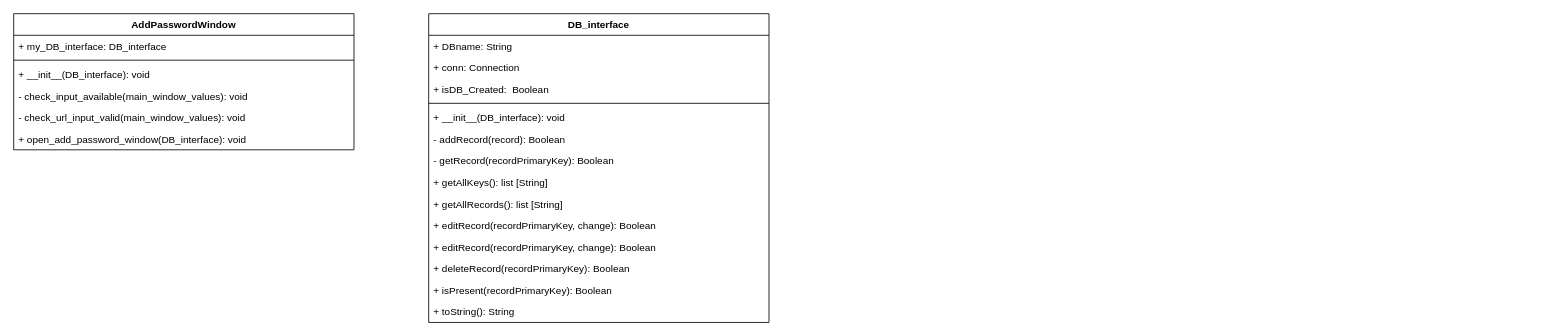
ninjosh92/Password_Manager keeps this draw.io diagram as uml-diagram.drawio. Above is the earlier version. Source tidied: cells renumbered, new cells numbered last; positions are measured from the earlier drawing's top-left corner, leaving out a move shared by most shapes. Both pictures are drawn from the tidied source at 83%, with x=0, y=0 at pixel (13, 13).
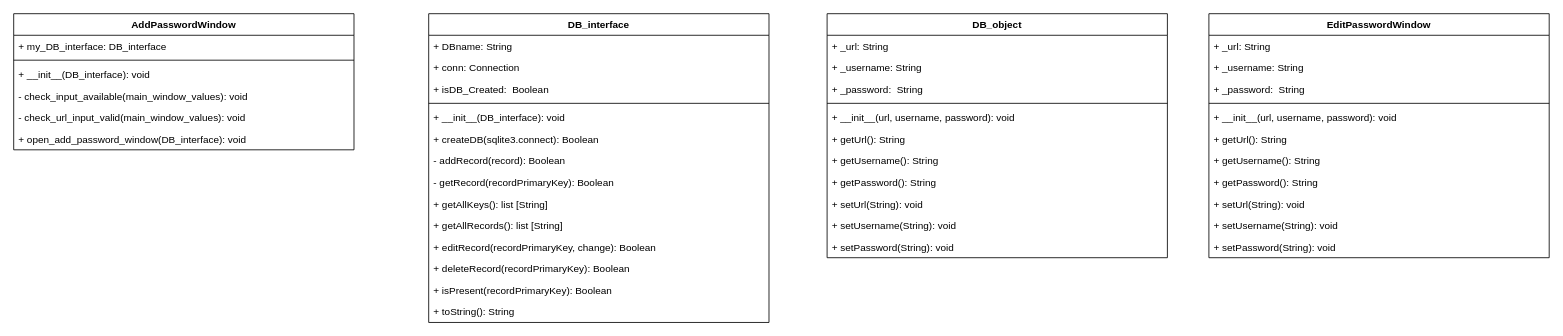
After the change.

The change refers to these unchanged cells:
```xml
<mxCell id="9" value="DB_interface" style="swimlane;fontStyle=1;align=center;verticalAlign=top;horizontal=1;startSize=26;" parent="1" vertex="1">
  <mxGeometry x="500" width="410" height="372" as="geometry" />
</mxCell>
```

What changed in the source:
```diff
@@
+    <mxCell id="24" value="+ createDB(sqlite3.connect): Boolean" style="text;strokeColor=none;fillColor=none;align=left;verticalAlign=top;spacingLeft=4;spacingRight=4;overflow=hidden;" parent="9" vertex="1">
+      <mxGeometry y="138" width="410" height="26" as="geometry" />
+    </mxCell>
     <mxCell id="15" value="- addRecord(record): Boolean&#10;" style="text;strokeColor=none;fillColor=none;align=left;verticalAlign=top;spacingLeft=4;spacingRight=4;overflow=hidden;" parent="9" vertex="1">
-      <mxGeometry y="138" width="410" height="26" as="geometry" />
+      <mxGeometry y="164" width="410" height="26" as="geometry" />
     </mxCell>
     <mxCell id="16" value="- getRecord(recordPrimaryKey): Boolean&#10;" style="text;strokeColor=none;fillColor=none;align=left;verticalAlign=top;spacingLeft=4;spacingRight=4;overflow=hidden;" parent="9" vertex="1">
-      <mxGeometry y="164" width="410" height="26" as="geometry" />
+      <mxGeometry y="190" width="410" height="26" as="geometry" />
     </mxCell>
     <mxCell id="17" value="+ getAllKeys(): list [String]" style="text;strokeColor=none;fillColor=none;align=left;verticalAlign=top;spacingLeft=4;spacingRight=4;overflow=hidden;" parent="9" vertex="1">
-      <mxGeometry y="190" width="410" height="26" as="geometry" />
+      <mxGeometry y="216" width="410" height="26" as="geometry" />
     </mxCell>
     <mxCell id="18" value="+ getAllRecords(): list [String]" style="text;strokeColor=none;fillColor=none;align=left;verticalAlign=top;spacingLeft=4;spacingRight=4;overflow=hidden;" parent="9" vertex="1">
-      <mxGeometry y="216" width="410" height="26" as="geometry" />
+      <mxGeometry y="242" width="410" height="26" as="geometry" />
     </mxCell>
     <mxCell id="19" value="+ editRecord(recordPrimaryKey, change): Boolean" style="text;strokeColor=none;fillColor=none;align=left;verticalAlign=top;spacingLeft=4;spacingRight=4;overflow=hidden;" parent="9" vertex="1">
-      <mxGeometry y="242" width="410" height="26" as="geometry" />
+      <mxGeometry y="268" width="410" height="26" as="geometry" />
     </mxCell>
-    <mxCell id="20" value="+ editRecord(recordPrimaryKey, change): Boolean" style="text;strokeColor=none;fillColor=none;align=left;verticalAlign=top;spacingLeft=4;spacingRight=4;overflow=hidden;" parent="9" vertex="1">
-      <mxGeometry y="268" width="410" height="26" as="geometry" />
-    </mxCell>
@@
+    <mxCell id="25" value="DB_object" style="swimlane;fontStyle=1;align=center;verticalAlign=top;horizontal=1;startSize=26;" parent="1" vertex="1">
+      <mxGeometry x="980" width="410" height="294" as="geometry" />
+    </mxCell>
+    <mxCell id="26" value="+ _url: String" style="text;strokeColor=none;fillColor=none;align=left;verticalAlign=top;spacingLeft=4;spacingRight=4;overflow=hidden;" parent="25" vertex="1">
+      <mxGeometry y="26" width="410" height="26" as="geometry" />
+    </mxCell>
+    <mxCell id="27" value="+ _username: String" style="text;strokeColor=none;fillColor=none;align=left;verticalAlign=top;spacingLeft=4;spacingRight=4;overflow=hidden;" parent="25" vertex="1">
+      <mxGeometry y="52" width="410" height="26" as="geometry" />
+    </mxCell>
+    <mxCell id="28" value="+ _password:  String" style="text;strokeColor=none;fillColor=none;align=left;verticalAlign=top;spacingLeft=4;spacingRight=4;overflow=hidden;" parent="25" vertex="1">
+      <mxGeometry y="78" width="410" height="26" as="geometry" />
+    </mxCell>
+    <mxCell id="29" style="line;strokeWidth=1;fillColor=none;align=left;verticalAlign=middle;spacingTop=-1;spacingLeft=3;spacingRight=3;labelPosition=right;strokeColor=inherit;" parent="25" vertex="1">
+      <mxGeometry y="104" width="410" height="8" as="geometry" />
+    </mxCell>
+    <mxCell id="30" value="+ __init__(url, username, password): void" style="text;strokeColor=none;fillColor=none;align=left;verticalAlign=top;spacingLeft=4;spacingRight=4;overflow=hidden;" parent="25" vertex="1">
+      <mxGeometry y="112" width="410" height="26" as="geometry" />
+    </mxCell>
+    <mxCell id="31" value="+ getUrl(): String" style="text;strokeColor=none;fillColor=none;align=left;verticalAlign=top;spacingLeft=4;spacingRight=4;overflow=hidden;" parent="25" vertex="1">
+      <mxGeometry y="138" width="410" height="26" as="geometry" />
+    </mxCell>
+    <mxCell id="32" value="+ getUsername(): String&#10;" style="text;strokeColor=none;fillColor=none;align=left;verticalAlign=top;spacingLeft=4;spacingRight=4;overflow=hidden;" parent="25" vertex="1">
+      <mxGeometry y="164" width="410" height="26" as="geometry" />
+    </mxCell>
+    <mxCell id="33" value="+ getPassword(): String&#10;" style="text;strokeColor=none;fillColor=none;align=left;verticalAlign=top;spacingLeft=4;spacingRight=4;overflow=hidden;" parent="25" vertex="1">
+      <mxGeometry y="190" width="410" height="26" as="geometry" />
+    </mxCell>
+    <mxCell id="34" value="+ setUrl(String): void" style="text;strokeColor=none;fillColor=none;align=left;verticalAlign=top;spacingLeft=4;spacingRight=4;overflow=hidden;" parent="25" vertex="1">
+      <mxGeometry y="216" width="410" height="26" as="geometry" />
+    </mxCell>
+    <mxCell id="35" value="+ setUsername(String): void" style="text;strokeColor=none;fillColor=none;align=left;verticalAlign=top;spacingLeft=4;spacingRight=4;overflow=hidden;" parent="25" vertex="1">
+      <mxGeometry y="242" width="410" height="26" as="geometry" />
+    </mxCell>
+    <mxCell id="36" value="+ setPassword(String): void" style="text;strokeColor=none;fillColor=none;align=left;verticalAlign=top;spacingLeft=4;spacingRight=4;overflow=hidden;" parent="25" vertex="1">
+      <mxGeometry y="268" width="410" height="26" as="geometry" />
+    </mxCell>
+    <mxCell id="37" value="EditPasswordWindow" style="swimlane;fontStyle=1;align=center;verticalAlign=top;horizontal=1;startSize=26;" parent="1" vertex="1">
+      <mxGeometry x="1440" width="410" height="294" as="geometry" />
+    </mxCell>
+    <mxCell id="38" value="+ _url: String" style="text;strokeColor=none;fillColor=none;align=left;verticalAlign=top;spacingLeft=4;spacingRight=4;overflow=hidden;" parent="37" vertex="1">
+      <mxGeometry y="26" width="410" height="26" as="geometry" />
+    </mxCell>
+    <mxCell id="39" value="+ _username: String" style="text;strokeColor=none;fillColor=none;align=left;verticalAlign=top;spacingLeft=4;spacingRight=4;overflow=hidden;" parent="37" vertex="1">
+      <mxGeometry y="52" width="410" height="26" as="geometry" />
+    </mxCell>
+    <mxCell id="40" value="+ _password:  String" style="text;strokeColor=none;fillColor=none;align=left;verticalAlign=top;spacingLeft=4;spacingRight=4;overflow=hidden;" parent="37" vertex="1">
+      <mxGeometry y="78" width="410" height="26" as="geometry" />
+    </mxCell>
+    <mxCell id="41" style="line;strokeWidth=1;fillColor=none;align=left;verticalAlign=middle;spacingTop=-1;spacingLeft=3;spacingRight=3;labelPosition=right;strokeColor=inherit;" parent="37" vertex="1">
+      <mxGeometry y="104" width="410" height="8" as="geometry" />
+    </mxCell>
+    <mxCell id="42" value="+ __init__(url, username, password): void" style="text;strokeColor=none;fillColor=none;align=left;verticalAlign=top;spacingLeft=4;spacingRight=4;overflow=hidden;" parent="37" vertex="1">
+      <mxGeometry y="112" width="410" height="26" as="geometry" />
+    </mxCell>
+    <mxCell id="43" value="+ getUrl(): String" style="text;strokeColor=none;fillColor=none;align=left;verticalAlign=top;spacingLeft=4;spacingRight=4;overflow=hidden;" parent="37" vertex="1">
+      <mxGeometry y="138" width="410" height="26" as="geometry" />
+    </mxCell>
+    <mxCell id="44" value="+ getUsername(): String&#10;" style="text;strokeColor=none;fillColor=none;align=left;verticalAlign=top;spacingLeft=4;spacingRight=4;overflow=hidden;" parent="37" vertex="1">
+      <mxGeometry y="164" width="410" height="26" as="geometry" />
+    </mxCell>
+    <mxCell id="45" value="+ getPassword(): String&#10;" style="text;strokeColor=none;fillColor=none;align=left;verticalAlign=top;spacingLeft=4;spacingRight=4;overflow=hidden;" parent="37" vertex="1">
+      <mxGeometry y="190" width="410" height="26" as="geometry" />
+    </mxCell>
+    <mxCell id="46" value="+ setUrl(String): void" style="text;strokeColor=none;fillColor=none;align=left;verticalAlign=top;spacingLeft=4;spacingRight=4;overflow=hidden;" parent="37" vertex="1">
+      <mxGeometry y="216" width="410" height="26" as="geometry" />
+    </mxCell>
+    <mxCell id="47" value="+ setUsername(String): void" style="text;strokeColor=none;fillColor=none;align=left;verticalAlign=top;spacingLeft=4;spacingRight=4;overflow=hidden;" parent="37" vertex="1">
+      <mxGeometry y="242" width="410" height="26" as="geometry" />
+    </mxCell>
+    <mxCell id="48" value="+ setPassword(String): void" style="text;strokeColor=none;fillColor=none;align=left;verticalAlign=top;spacingLeft=4;spacingRight=4;overflow=hidden;" parent="37" vertex="1">
+      <mxGeometry y="268" width="410" height="26" as="geometry" />
+    </mxCell>
```
